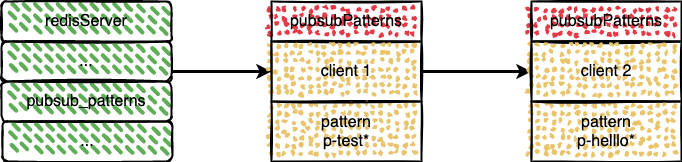
Above: img/redis/pubsub_patterns.png in boilingfrog/Go-POINT (draw.io), before the change. Source tidied: cells renumbered, new cells last; positions are measured from the earlier drawing's top-left corner, leaving out a move shared by most shapes. Source of this version:
```xml
<mxGraphModel>
  <root>
    <mxCell id="0" />
    <mxCell id="1" parent="0" />
    <mxCell id="2" value="redisServer" style="rounded=1;whiteSpace=wrap;html=1;fillColor=#5FAD56;strokeWidth=2;fillWeight=4;hachureGap=8;hachureAngle=45;sketch=1;fillStyle=dashed;fontSize=16;" parent="1" vertex="1">
      <mxGeometry width="170" height="40" as="geometry" />
    </mxCell>
    <mxCell id="3" style="edgeStyle=orthogonalEdgeStyle;html=1;entryX=0;entryY=0.5;entryDx=0;entryDy=0;fontFamily=Helvetica;fontSize=16;fontColor=default;exitX=1;exitY=0.75;exitDx=0;exitDy=0;strokeWidth=3;" parent="1" edge="1" source="4" target="9">
      <mxGeometry relative="1" as="geometry" />
    </mxCell>
    <mxCell id="4" value="..." style="rounded=1;whiteSpace=wrap;html=1;fillColor=#5FAD56;strokeWidth=2;fillWeight=4;hachureGap=8;hachureAngle=45;sketch=1;fillStyle=dashed;fontSize=16;" parent="1" vertex="1">
      <mxGeometry y="40" width="170" height="40" as="geometry" />
    </mxCell>
    <mxCell id="5" value="pubsub_patterns" style="rounded=1;whiteSpace=wrap;html=1;fillColor=#5FAD56;strokeWidth=2;fillWeight=4;hachureGap=8;hachureAngle=45;sketch=1;fillStyle=dashed;fontSize=16;" parent="1" vertex="1">
      <mxGeometry y="80" width="170" height="40" as="geometry" />
    </mxCell>
    <mxCell id="6" value="..." style="rounded=1;whiteSpace=wrap;html=1;fillColor=#5FAD56;strokeWidth=2;fillWeight=4;hachureGap=8;hachureAngle=45;sketch=1;fillStyle=dashed;fontSize=16;" parent="1" vertex="1">
      <mxGeometry x="1" y="120" width="170" height="40" as="geometry" />
    </mxCell>
    <mxCell id="7" value="&lt;span style=&quot;font-size: 16px&quot;&gt;pubsubPatterns&lt;/span&gt;" style="rounded=0;whiteSpace=wrap;html=1;fontSize=12;fillColor=#E63946;strokeWidth=2;fillWeight=2;hachureGap=8;fillStyle=dots;sketch=1;" parent="1" vertex="1">
      <mxGeometry x="270" width="150" height="40" as="geometry" />
    </mxCell>
    <mxCell id="8" style="edgeStyle=orthogonalEdgeStyle;html=1;entryX=0;entryY=0.5;entryDx=0;entryDy=0;fontFamily=Helvetica;fontSize=16;fontColor=default;strokeWidth=3;" parent="1" edge="1" source="9" target="12">
      <mxGeometry relative="1" as="geometry" />
    </mxCell>
    <mxCell id="9" value="&lt;span style=&quot;font-size: 16px&quot;&gt;client 1&lt;/span&gt;" style="rounded=0;whiteSpace=wrap;html=1;fontSize=12;fillColor=#E9C46A;strokeWidth=2;fillWeight=2;hachureGap=8;fillStyle=dots;sketch=1;" parent="1" vertex="1">
      <mxGeometry x="270" y="40" width="150" height="60" as="geometry" />
    </mxCell>
    <mxCell id="10" value="&lt;span style=&quot;font-size: 16px&quot;&gt;pattern&lt;br&gt;p-test*&lt;br&gt;&lt;/span&gt;" style="rounded=0;whiteSpace=wrap;html=1;fontSize=12;fillColor=#E9C46A;strokeWidth=2;fillWeight=2;hachureGap=8;fillStyle=dots;sketch=1;" parent="1" vertex="1">
      <mxGeometry x="270" y="100" width="150" height="60" as="geometry" />
    </mxCell>
    <mxCell id="11" value="&lt;span style=&quot;font-size: 16px&quot;&gt;pubsubPatterns&lt;/span&gt;" style="rounded=0;whiteSpace=wrap;html=1;fontSize=12;fillColor=#E63946;strokeWidth=2;fillWeight=2;hachureGap=8;fillStyle=dots;sketch=1;" parent="1" vertex="1">
      <mxGeometry x="530" width="150" height="40" as="geometry" />
    </mxCell>
    <mxCell id="12" value="&lt;span style=&quot;font-size: 16px&quot;&gt;client 2&lt;/span&gt;" style="rounded=0;whiteSpace=wrap;html=1;fontSize=12;fillColor=#E9C46A;strokeWidth=2;fillWeight=2;hachureGap=8;fillStyle=dots;sketch=1;" parent="1" vertex="1">
      <mxGeometry x="530" y="40" width="150" height="60" as="geometry" />
    </mxCell>
    <mxCell id="13" value="&lt;span style=&quot;font-size: 16px&quot;&gt;pattern&lt;br&gt;p-helllo*&lt;br&gt;&lt;/span&gt;" style="rounded=0;whiteSpace=wrap;html=1;fontSize=12;fillColor=#E9C46A;strokeWidth=2;fillWeight=2;hachureGap=8;fillStyle=dots;sketch=1;" parent="1" vertex="1">
      <mxGeometry x="530" y="100" width="150" height="60" as="geometry" />
    </mxCell>
  </root>
</mxGraphModel>
```
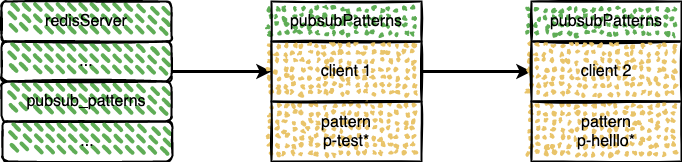
Later version of the same file.

The edit, as a diff of the source:
```diff
@@ -17,7 +17,7 @@
     <mxCell id="6" value="..." style="rounded=1;whiteSpace=wrap;html=1;fillColor=#5FAD56;strokeWidth=2;fillWeight=4;hachureGap=8;hachureAngle=45;sketch=1;fillStyle=dashed;fontSize=16;" parent="1" vertex="1">
       <mxGeometry x="1" y="120" width="170" height="40" as="geometry" />
     </mxCell>
-    <mxCell id="7" value="&lt;span style=&quot;font-size: 16px&quot;&gt;pubsubPatterns&lt;/span&gt;" style="rounded=0;whiteSpace=wrap;html=1;fontSize=12;fillColor=#E63946;strokeWidth=2;fillWeight=2;hachureGap=8;fillStyle=dots;sketch=1;" parent="1" vertex="1">
+    <mxCell id="7" value="&lt;span style=&quot;font-size: 16px&quot;&gt;pubsubPatterns&lt;/span&gt;" style="rounded=0;whiteSpace=wrap;html=1;fontSize=12;fillColor=#5FAD56;strokeWidth=2;fillWeight=2;hachureGap=8;fillStyle=dots;sketch=1;" parent="1" vertex="1">
       <mxGeometry x="270" width="150" height="40" as="geometry" />
     </mxCell>
     <mxCell id="8" style="edgeStyle=orthogonalEdgeStyle;html=1;entryX=0;entryY=0.5;entryDx=0;entryDy=0;fontFamily=Helvetica;fontSize=16;fontColor=default;strokeWidth=3;" parent="1" edge="1" source="9" target="12">
@@ -29,7 +29,7 @@
     <mxCell id="10" value="&lt;span style=&quot;font-size: 16px&quot;&gt;pattern&lt;br&gt;p-test*&lt;br&gt;&lt;/span&gt;" style="rounded=0;whiteSpace=wrap;html=1;fontSize=12;fillColor=#E9C46A;strokeWidth=2;fillWeight=2;hachureGap=8;fillStyle=dots;sketch=1;" parent="1" vertex="1">
       <mxGeometry x="270" y="100" width="150" height="60" as="geometry" />
     </mxCell>
-    <mxCell id="11" value="&lt;span style=&quot;font-size: 16px&quot;&gt;pubsubPatterns&lt;/span&gt;" style="rounded=0;whiteSpace=wrap;html=1;fontSize=12;fillColor=#E63946;strokeWidth=2;fillWeight=2;hachureGap=8;fillStyle=dots;sketch=1;" parent="1" vertex="1">
+    <mxCell id="11" value="&lt;span style=&quot;font-size: 16px&quot;&gt;pubsubPatterns&lt;/span&gt;" style="rounded=0;whiteSpace=wrap;html=1;fontSize=12;fillColor=#5FAD56;strokeWidth=2;fillWeight=2;hachureGap=8;fillStyle=dots;sketch=1;" parent="1" vertex="1">
       <mxGeometry x="530" width="150" height="40" as="geometry" />
     </mxCell>
     <mxCell id="12" value="&lt;span style=&quot;font-size: 16px&quot;&gt;client 2&lt;/span&gt;" style="rounded=0;whiteSpace=wrap;html=1;fontSize=12;fillColor=#E9C46A;strokeWidth=2;fillWeight=2;hachureGap=8;fillStyle=dots;sketch=1;" parent="1" vertex="1">
```
